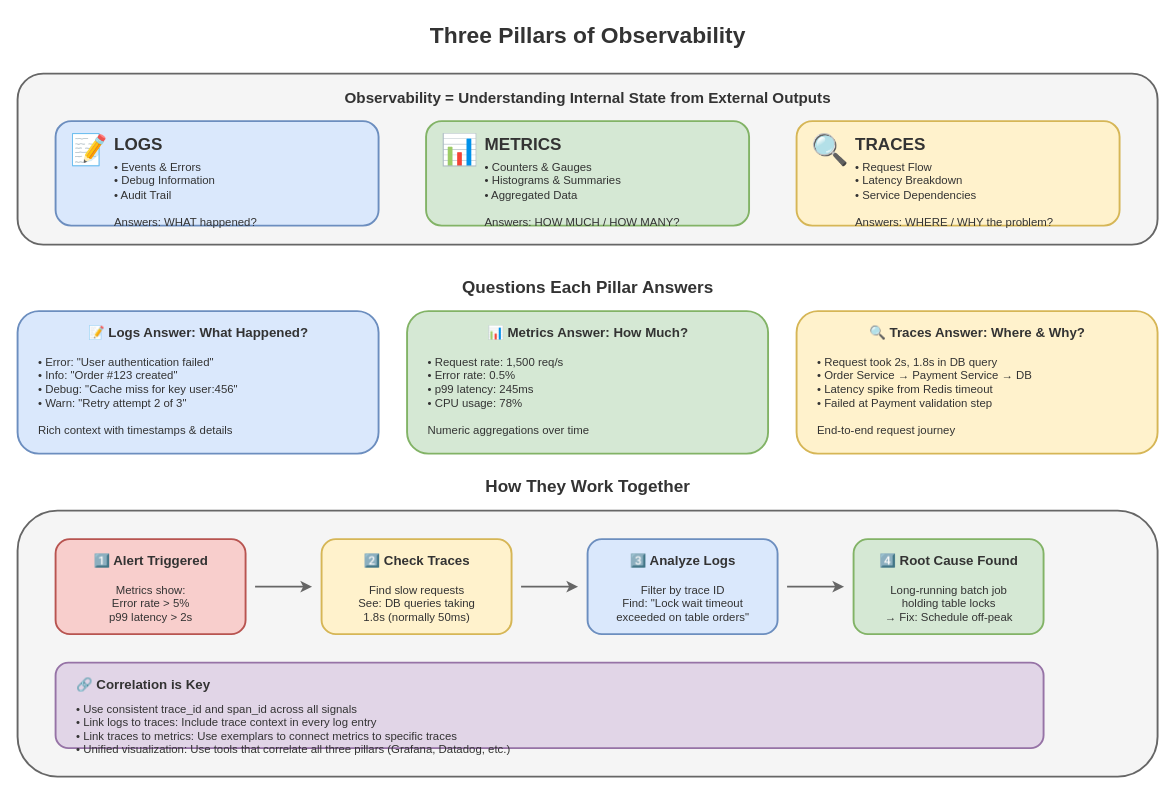
Earlier version of the draw.io diagram lesson-09-observability-monitoring/diagrams/1.1-three-pillars.drawio (MrParkerZ7/document-lesson-software-architect-x-claude). Source tidied: cells renumbered, new cells numbered last; positions are measured from the earlier drawing's top-left corner, leaving out a move shared by most shapes. Both pictures are drawn from the tidied source at 95%, with x=0, y=0 at pixel (17, 16).
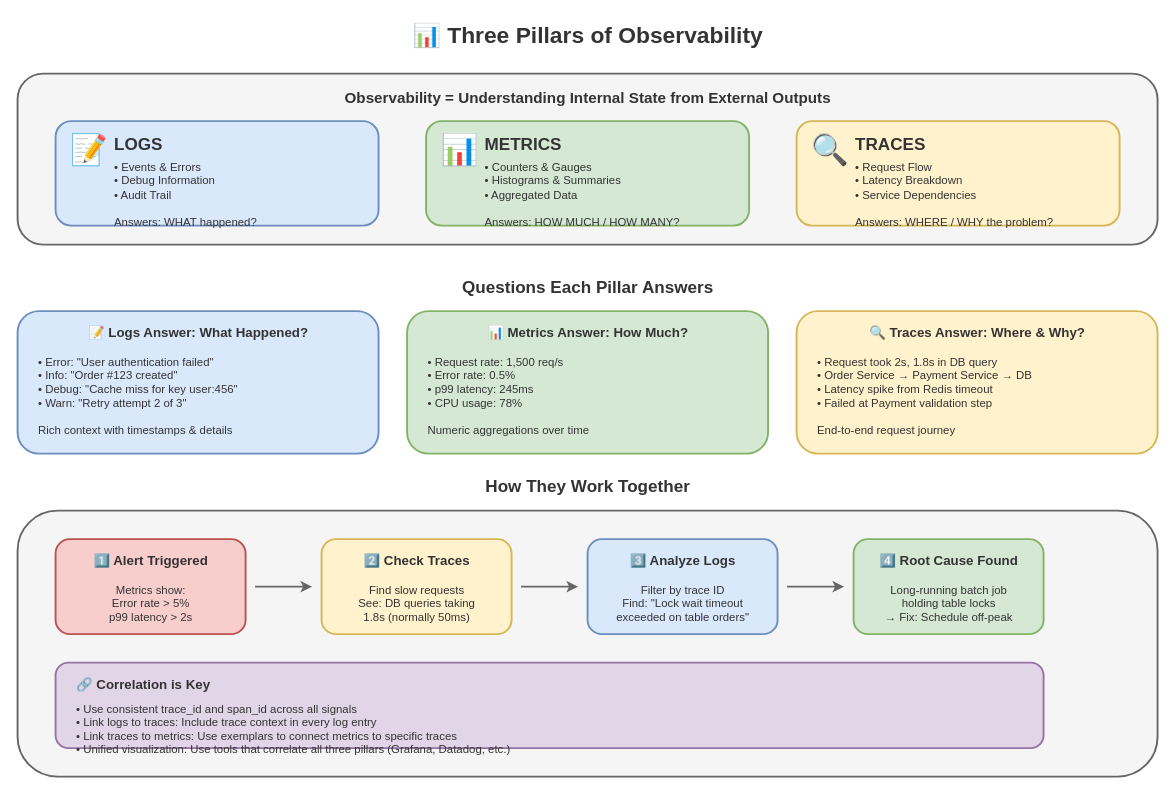
The same diagram, later.

What changed in the source:
```diff
@@
-    <mxCell id="2" value="Three Pillars of Observability" style="text;html=1;strokeColor=none;fillColor=none;align=center;verticalAlign=middle;fontSize=24;fontStyle=1;fontColor=#333333;" parent="1" vertex="1">
+    <mxCell id="2" value="📊 Three Pillars of Observability" style="text;html=1;strokeColor=none;fillColor=none;align=center;verticalAlign=middle;fontSize=24;fontStyle=1;fontColor=#333333;" parent="1" vertex="1">
       <mxGeometry x="350" width="500" height="40" as="geometry" />
     </mxCell>
```
